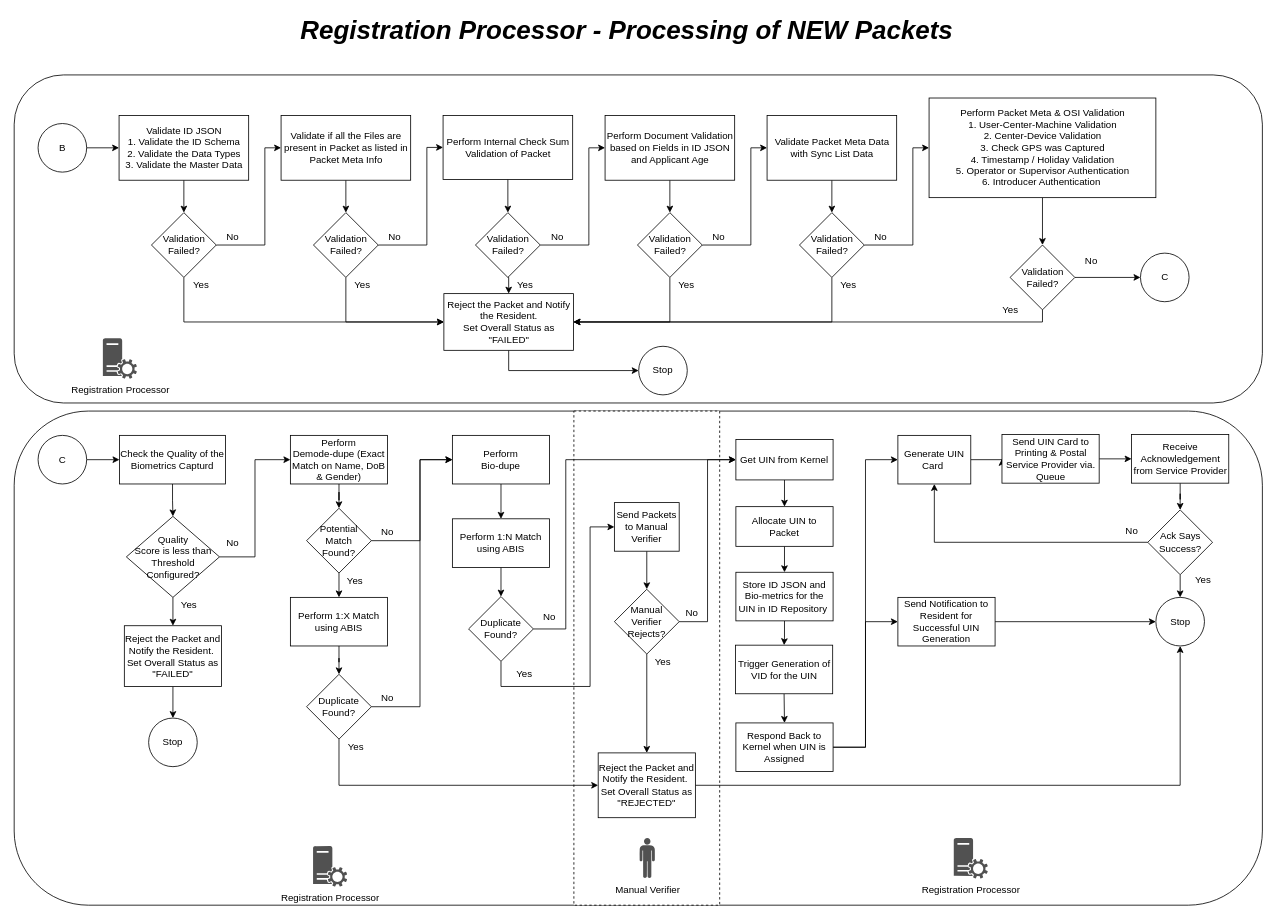
mosip/registration-client keeps this draw.io diagram as page "RP - New Packet Processing" (2 of 5) of docs/requirements/FinalProcessFlows/MOSIP_Process Flow 1.19 Reg Processor.drawio. Above is the earlier version. Source tidied: cells renumbered, new cells numbered last; positions are measured from the earlier drawing's top-left corner, leaving out a move shared by most shapes. Both pictures are drawn from the tidied source at 81%, with x=0, y=0 at pixel (14, 14).
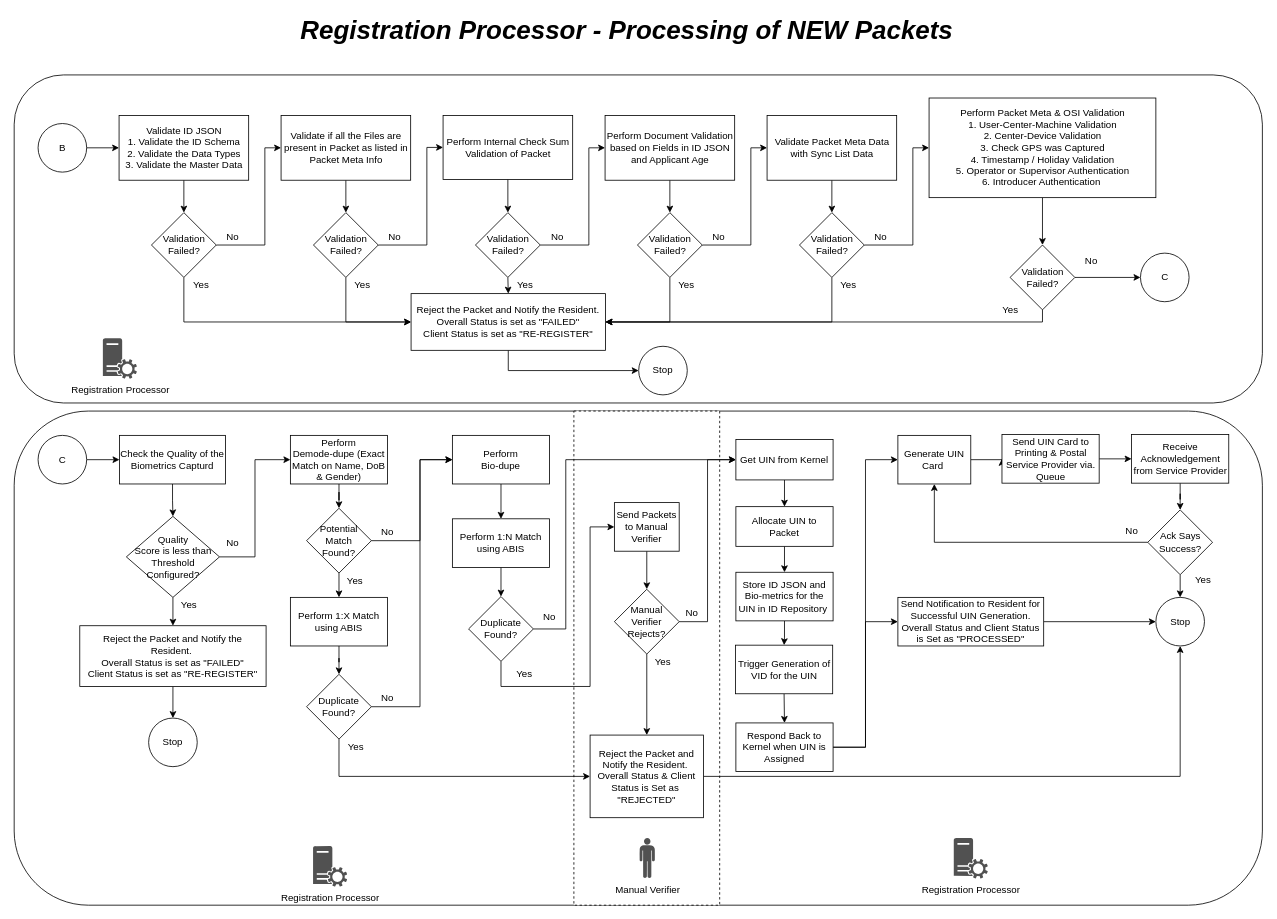
The same page after the edit.

What changed in the source:
```diff
@@
-    <mxCell id="33" value="Reject the Packet and Notify the Resident. &lt;br&gt;Set Overall Status as &quot;FAILED&quot;" style="rounded=0;whiteSpace=wrap;html=1;" parent="1" vertex="1">
-      <mxGeometry x="530.5" y="345" width="160" height="70" as="geometry" />
+    <mxCell id="33" value="Reject the Packet and Notify the Resident. &lt;br&gt;Overall Status is set as &quot;FAILED&quot;&lt;br&gt;Client Status is set as &quot;RE-REGISTER&quot;&lt;br&gt;" style="rounded=0;whiteSpace=wrap;html=1;" parent="1" vertex="1">
+      <mxGeometry x="490" y="345" width="240" height="70" as="geometry" />
     </mxCell>
@@
-    <mxCell id="85" value="Send Notification to Resident for Successful UIN Generation" style="rounded=0;whiteSpace=wrap;html=1;" parent="1" vertex="1">
-      <mxGeometry x="1091" y="720" width="120" height="60" as="geometry" />
+    <mxCell id="85" value="Send Notification to Resident for Successful UIN Generation.&lt;br&gt;Overall Status and Client Status is Set as &quot;PROCESSED&quot;&lt;br&gt;" style="rounded=0;whiteSpace=wrap;html=1;" parent="1" vertex="1">
+      <mxGeometry x="1091" y="720" width="180" height="60" as="geometry" />
     </mxCell>
@@
-    <mxCell id="97" value="&lt;span&gt;Reject the Packet and Notify the Resident.&amp;nbsp;&lt;/span&gt;&lt;br&gt;&lt;span&gt;Set Overall Status as &quot;REJECTED&quot;&lt;/span&gt;" style="rounded=0;whiteSpace=wrap;html=1;" parent="1" vertex="1">
-      <mxGeometry x="721" y="912" width="120" height="80" as="geometry" />
+    <mxCell id="97" value="&lt;span&gt;Reject the Packet and Notify the Resident.&amp;nbsp;&lt;/span&gt;&lt;br&gt;&lt;span&gt;Overall Status &amp;amp; Client Status is Set as&amp;nbsp; &quot;REJECTED&quot;&lt;/span&gt;" style="rounded=0;whiteSpace=wrap;html=1;" parent="1" vertex="1">
+      <mxGeometry x="711" y="890" width="140" height="102" as="geometry" />
     </mxCell>
@@
-    <mxCell id="106" value="&lt;span&gt;Reject the Packet and Notify the Resident.&amp;nbsp;&lt;/span&gt;&lt;br&gt;&lt;span&gt;Set Overall Status as &quot;FAILED&quot;&lt;/span&gt;" style="rounded=0;whiteSpace=wrap;html=1;" parent="1" vertex="1">
-      <mxGeometry x="136" y="755" width="120" height="75" as="geometry" />
+    <mxCell id="106" value="&lt;span&gt;Reject the Packet and Notify the Resident.&amp;nbsp;&lt;/span&gt;&lt;br&gt;&lt;span&gt;Overall Status is set as &quot;FAILED&quot;&lt;br&gt;Client Status is set as &quot;RE-REGISTER&quot;&lt;br&gt;&lt;/span&gt;" style="rounded=0;whiteSpace=wrap;html=1;" parent="1" vertex="1">
+      <mxGeometry x="81" y="755" width="230" height="75" as="geometry" />
     </mxCell>
```
